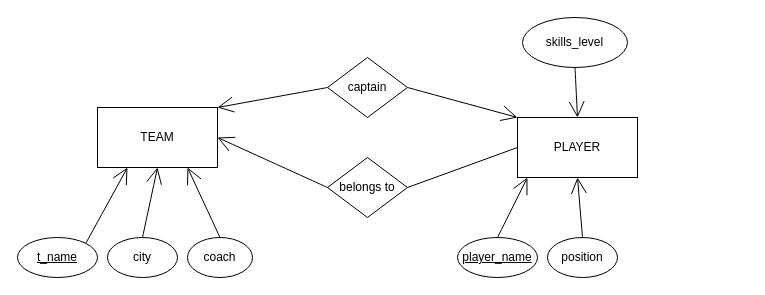
Above: Untitled Diagram.drawio in R0HITKUMAR/dbms_lab (draw.io), before the change. Source tidied: cells renumbered, new cells numbered last; positions are measured from the earlier drawing's top-left corner, leaving out a move shared by most shapes. Both pictures are drawn from the tidied source at 100%, with x=0, y=0 at pixel (17, 17).
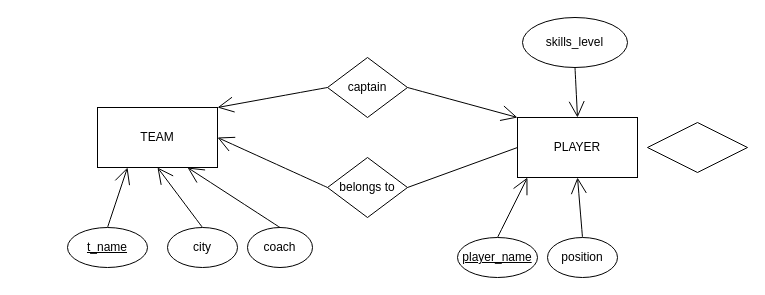
Above is the later version.

Unchanged cells that the change refers to:
```xml
<mxCell id="3" value="TEAM" style="rounded=0;whiteSpace=wrap;html=1;hachureGap=4;" parent="1" vertex="1">
  <mxGeometry x="80" y="90" width="120" height="60" as="geometry" />
</mxCell>
```

The edit, as a diff of the source:
```diff
@@
-    <mxCell id="4" style="edgeStyle=none;curved=1;rounded=0;jettySize=auto;html=1;exitX=1;exitY=0;exitDx=0;exitDy=0;entryX=0.25;entryY=1;entryDx=0;entryDy=0;endArrow=open;startSize=14;endSize=14;sourcePerimeterSpacing=8;targetPerimeterSpacing=8;" parent="1" edge="1" source="5" target="3">
+    <mxCell id="4" style="edgeStyle=none;curved=1;rounded=0;jettySize=auto;html=1;exitX=0.5;exitY=0;exitDx=0;exitDy=0;entryX=0.25;entryY=1;entryDx=0;entryDy=0;endArrow=open;startSize=14;endSize=14;sourcePerimeterSpacing=8;targetPerimeterSpacing=8;" parent="1" edge="1" source="5" target="3">
       <mxGeometry relative="1" as="geometry" />
     </mxCell>
     <mxCell id="5" value="&lt;u&gt;t_name&lt;/u&gt;" style="ellipse;whiteSpace=wrap;html=1;hachureGap=4;" parent="1" vertex="1">
-      <mxGeometry y="220" width="80" height="40" as="geometry" />
+      <mxGeometry x="50" y="210" width="80" height="40" as="geometry" />
     </mxCell>
@@
     <mxCell id="7" value="city" style="ellipse;whiteSpace=wrap;html=1;hachureGap=4;" parent="1" vertex="1">
-      <mxGeometry x="90" y="220" width="70" height="40" as="geometry" />
+      <mxGeometry x="150" y="210" width="70" height="40" as="geometry" />
     </mxCell>
@@
     <mxCell id="9" value="coach" style="ellipse;whiteSpace=wrap;html=1;hachureGap=4;" parent="1" vertex="1">
-      <mxGeometry x="170" y="220" width="65" height="40" as="geometry" />
+      <mxGeometry x="230" y="210" width="65" height="40" as="geometry" />
     </mxCell>
@@
+    <mxCell id="22" style="rhombus;whiteSpace=wrap;html=1;hachureGap=4;" parent="1" vertex="1">
+      <mxGeometry x="630" y="105" width="100" height="50" as="geometry" />
+    </mxCell>
```
